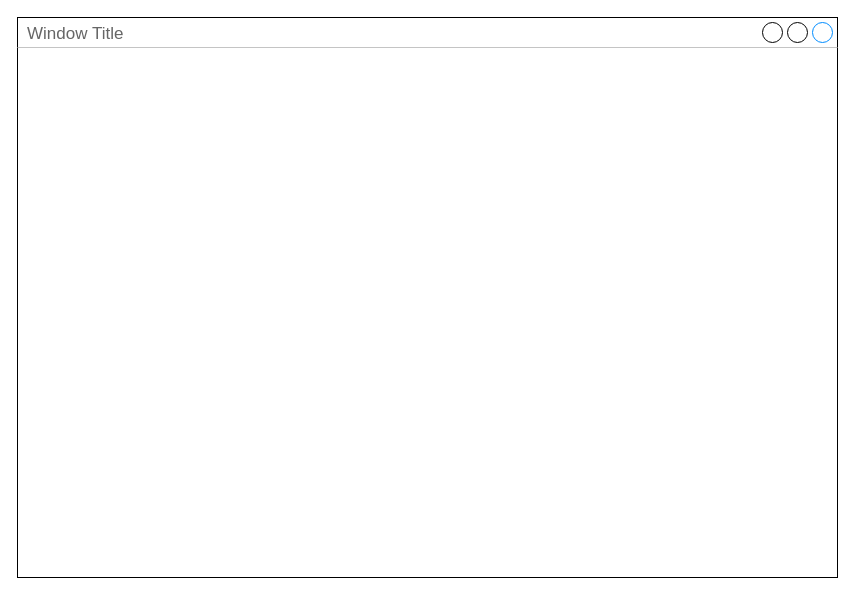
dhevans79/vDrumTutor keeps this draw.io diagram as vDrum Tutor Wireframe.drawio. Above is the earlier version. Source tidied: cells renumbered, new cells numbered last; positions are measured from the earlier drawing's top-left corner, leaving out a move shared by most shapes. Both pictures are drawn from the tidied source at 100%, with x=0, y=0 at pixel (17, 17).
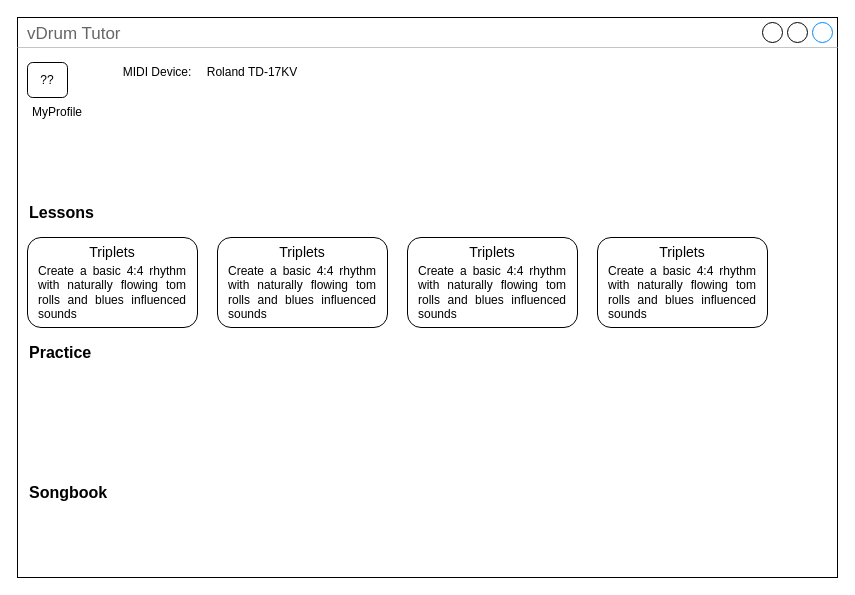
The same diagram, later.

What changed in the source:
```diff
@@
-    <mxCell id="2" value="Window Title" style="strokeWidth=1;shadow=0;dashed=0;align=center;html=1;shape=mxgraph.mockup.containers.window;align=left;verticalAlign=top;spacingLeft=8;strokeColor2=#008cff;strokeColor3=#c4c4c4;fontColor=#666666;mainText=;fontSize=17;labelBackgroundColor=none;whiteSpace=wrap;" parent="1" vertex="1">
+    <mxCell id="2" value="vDrum Tutor" style="strokeWidth=1;shadow=0;dashed=0;align=center;html=1;shape=mxgraph.mockup.containers.window;align=left;verticalAlign=top;spacingLeft=8;strokeColor2=#008cff;strokeColor3=#c4c4c4;fontColor=#666666;mainText=;fontSize=17;labelBackgroundColor=none;whiteSpace=wrap;" parent="1" vertex="1">
       <mxGeometry width="820" height="560" as="geometry" />
     </mxCell>
+    <mxCell id="3" value="MyProfile" style="text;html=1;strokeColor=none;fillColor=none;align=center;verticalAlign=middle;whiteSpace=wrap;rounded=0;" parent="1" vertex="1">
+      <mxGeometry x="10" y="80" width="60" height="30" as="geometry" />
+    </mxCell>
+    <mxCell id="4" value="??" style="rounded=1;whiteSpace=wrap;html=1;" parent="1" vertex="1">
+      <mxGeometry x="10" y="45" width="40" height="35" as="geometry" />
+    </mxCell>
+    <mxCell id="5" value="Lessons" style="text;html=1;strokeColor=none;fillColor=none;align=left;verticalAlign=middle;rounded=0;fontSize=16;fontStyle=1;" parent="1" vertex="1">
+      <mxGeometry x="10" y="180" width="60" height="30" as="geometry" />
+    </mxCell>
+    <mxCell id="6" value="Practice" style="text;html=1;strokeColor=none;fillColor=none;align=left;verticalAlign=middle;rounded=0;fontSize=16;fontStyle=1;" parent="1" vertex="1">
+      <mxGeometry x="10" y="320" width="60" height="30" as="geometry" />
+    </mxCell>
+    <mxCell id="7" value="Songbook" style="text;html=1;strokeColor=none;fillColor=none;align=left;verticalAlign=middle;rounded=0;fontSize=16;fontStyle=1;" parent="1" vertex="1">
+      <mxGeometry x="10" y="460" width="60" height="30" as="geometry" />
+    </mxCell>
+    <mxCell id="8" style="rounded=1;whiteSpace=wrap;html=1;" parent="1" vertex="1">
+      <mxGeometry x="10" y="220" width="170" height="90" as="geometry" />
+    </mxCell>
+    <mxCell id="9" value="Triplets" style="text;html=1;strokeColor=none;fillColor=none;align=center;verticalAlign=middle;whiteSpace=wrap;rounded=0;fontSize=14;" parent="1" vertex="1">
+      <mxGeometry x="65" y="220" width="60" height="30" as="geometry" />
+    </mxCell>
+    <mxCell id="10" value="&lt;div align=&quot;justify&quot;&gt;Create a basic 4:4 rhythm with naturally flowing tom rolls and blues influenced sounds&lt;br&gt;&lt;/div&gt;" style="text;html=1;strokeColor=none;fillColor=none;align=center;verticalAlign=middle;whiteSpace=wrap;rounded=0;" parent="1" vertex="1">
+      <mxGeometry x="20" y="250" width="150" height="50" as="geometry" />
+    </mxCell>
+    <mxCell id="11" style="rounded=1;whiteSpace=wrap;html=1;" parent="1" vertex="1">
+      <mxGeometry x="200" y="220" width="170" height="90" as="geometry" />
+    </mxCell>
+    <mxCell id="12" value="Triplets" style="text;html=1;strokeColor=none;fillColor=none;align=center;verticalAlign=middle;whiteSpace=wrap;rounded=0;fontSize=14;" parent="1" vertex="1">
+      <mxGeometry x="255" y="220" width="60" height="30" as="geometry" />
+    </mxCell>
+    <mxCell id="13" value="&lt;div align=&quot;justify&quot;&gt;Create a basic 4:4 rhythm with naturally flowing tom rolls and blues influenced sounds&lt;br&gt;&lt;/div&gt;" style="text;html=1;strokeColor=none;fillColor=none;align=center;verticalAlign=middle;whiteSpace=wrap;rounded=0;" parent="1" vertex="1">
+      <mxGeometry x="210" y="250" width="150" height="50" as="geometry" />
+    </mxCell>
+    <mxCell id="14" style="rounded=1;whiteSpace=wrap;html=1;" parent="1" vertex="1">
+      <mxGeometry x="390" y="220" width="170" height="90" as="geometry" />
+    </mxCell>
+    <mxCell id="15" value="Triplets" style="text;html=1;strokeColor=none;fillColor=none;align=center;verticalAlign=middle;whiteSpace=wrap;rounded=0;fontSize=14;" parent="1" vertex="1">
+      <mxGeometry x="445" y="220" width="60" height="30" as="geometry" />
+    </mxCell>
+    <mxCell id="16" value="&lt;div align=&quot;justify&quot;&gt;Create a basic 4:4 rhythm with naturally flowing tom rolls and blues influenced sounds&lt;br&gt;&lt;/div&gt;" style="text;html=1;strokeColor=none;fillColor=none;align=center;verticalAlign=middle;whiteSpace=wrap;rounded=0;" parent="1" vertex="1">
+      <mxGeometry x="400" y="250" width="150" height="50" as="geometry" />
+    </mxCell>
+    <mxCell id="17" style="rounded=1;whiteSpace=wrap;html=1;" parent="1" vertex="1">
+      <mxGeometry x="580" y="220" width="170" height="90" as="geometry" />
+    </mxCell>
+    <mxCell id="18" value="Triplets" style="text;html=1;strokeColor=none;fillColor=none;align=center;verticalAlign=middle;whiteSpace=wrap;rounded=0;fontSize=14;" parent="1" vertex="1">
+      <mxGeometry x="635" y="220" width="60" height="30" as="geometry" />
+    </mxCell>
+    <mxCell id="19" value="&lt;div align=&quot;justify&quot;&gt;Create a basic 4:4 rhythm with naturally flowing tom rolls and blues influenced sounds&lt;br&gt;&lt;/div&gt;" style="text;html=1;strokeColor=none;fillColor=none;align=center;verticalAlign=middle;whiteSpace=wrap;rounded=0;" parent="1" vertex="1">
+      <mxGeometry x="590" y="250" width="150" height="50" as="geometry" />
+    </mxCell>
+    <mxCell id="20" value="MIDI Device:" style="text;html=1;strokeColor=none;fillColor=none;align=center;verticalAlign=middle;whiteSpace=wrap;rounded=0;" parent="1" vertex="1">
+      <mxGeometry x="100" y="40" width="80" height="30" as="geometry" />
+    </mxCell>
+    <mxCell id="21" value="Roland TD-17KV" style="text;html=1;strokeColor=none;fillColor=none;align=center;verticalAlign=middle;whiteSpace=wrap;rounded=0;" parent="1" vertex="1">
+      <mxGeometry x="180" y="40" width="110" height="30" as="geometry" />
+    </mxCell>
```
